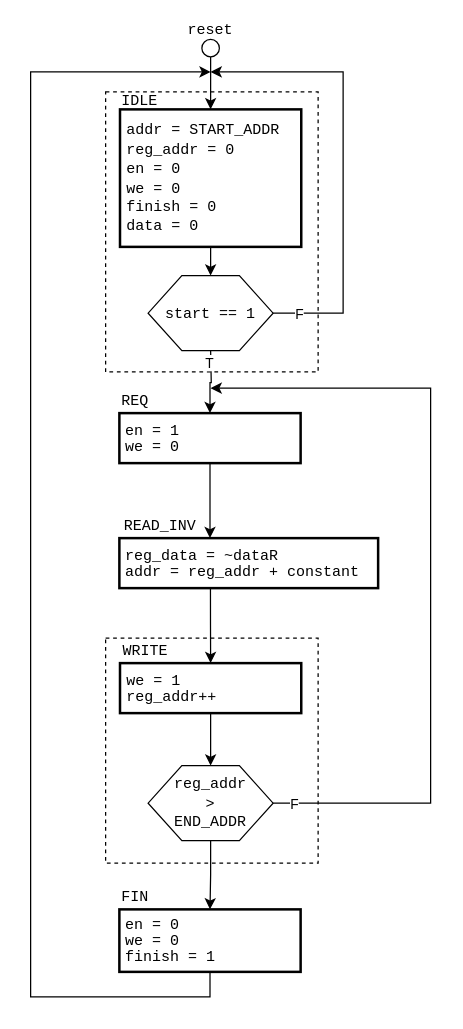
The draw.io diagram page "Task0_ASM" (1 of 3) of assignment_2/Diagrams.drawio in Thommimp/02203_Design_of_Digital_Systems, before the edit. Source tidied: cells renumbered, new cells numbered last; positions are measured from the earlier drawing's top-left corner, leaving out a move shared by most shapes. Both pictures are drawn from the tidied source at 125%, with x=0, y=0 at pixel (30, 21).
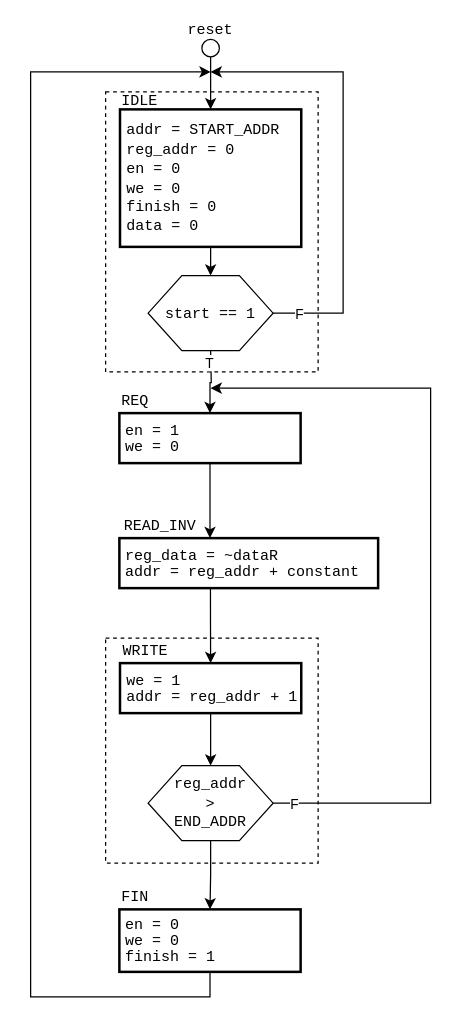
The same page after the edit.

Commit message (it also covers changes not shown here):
First working version of edge detection alg. Needs a lot of improvements.

Change to the diagram source:
```diff
@@
-    <mxCell id="23" value="&lt;div style=&quot;line-height: 12px;&quot;&gt;&lt;span style=&quot;background-color: transparent;&quot;&gt;&lt;font face=&quot;Courier New&quot;&gt;we&amp;nbsp;&lt;/font&gt;&lt;/span&gt;&lt;font face=&quot;Courier New&quot;&gt;= 1&lt;/font&gt;&lt;/div&gt;&lt;div style=&quot;line-height: 12px;&quot;&gt;&lt;span style=&quot;background-color: transparent;&quot;&gt;&lt;font face=&quot;Courier New&quot;&gt;reg_addr&lt;/font&gt;&lt;/span&gt;&lt;font face=&quot;Courier New&quot;&gt;++&lt;/font&gt;&lt;/div&gt;" style="rounded=0;whiteSpace=wrap;html=1;align=left;spacingLeft=3;strokeWidth=2;labelBackgroundColor=none;" parent="1" vertex="1">
+    <mxCell id="23" value="&lt;div style=&quot;line-height: 12px;&quot;&gt;&lt;span style=&quot;background-color: transparent;&quot;&gt;&lt;font face=&quot;Courier New&quot;&gt;we&amp;nbsp;&lt;/font&gt;&lt;/span&gt;&lt;font face=&quot;Courier New&quot;&gt;= 1&lt;/font&gt;&lt;/div&gt;&lt;div style=&quot;line-height: 12px;&quot;&gt;&lt;span style=&quot;background-color: transparent;&quot;&gt;&lt;font face=&quot;Courier New&quot;&gt;addr = reg_addr&amp;nbsp;&lt;/font&gt;&lt;/span&gt;&lt;font face=&quot;Courier New&quot;&gt;+ 1&lt;/font&gt;&lt;/div&gt;" style="rounded=0;whiteSpace=wrap;html=1;align=left;spacingLeft=3;strokeWidth=2;labelBackgroundColor=none;" parent="1" vertex="1">
       <mxGeometry x="71.5" y="513" width="145" height="40" as="geometry" />
     </mxCell>
```
